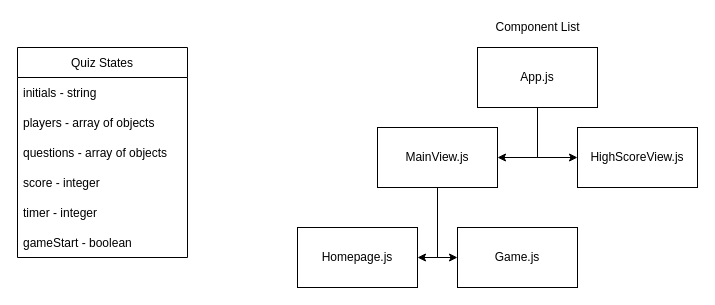
This is page "Page-1" (1 of 2) of React-Quiz-Diagram.drawio from Joeseff6/React-Quiz, a draw.io file, before an edit. Source tidied: cells renumbered, new cells numbered last; positions are measured from the earlier drawing's top-left corner, leaving out a move shared by most shapes. Both pictures are drawn from the tidied source at 100%, with x=0, y=0 at pixel (17, 17).
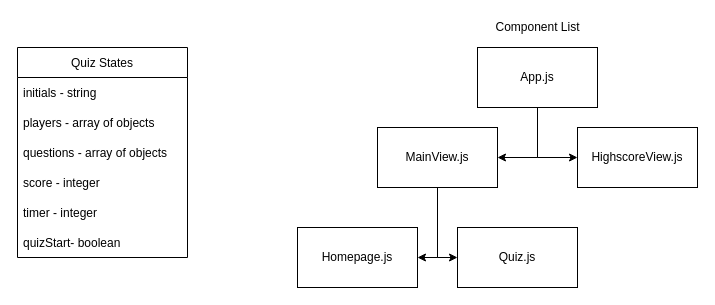
The same page after the edit.

What changed in the source:
```diff
@@
 <mxGraphModel>
   <root>
     <mxCell id="0" />
     <mxCell id="1" parent="0" />
     <mxCell id="2" value="Quiz States" style="swimlane;fontStyle=0;horizontal=1;startSize=30;" parent="1" vertex="1">
       <mxGeometry y="30" width="170" height="210" as="geometry" />
     </mxCell>
     <mxCell id="3" value="initials - string" style="text;strokeColor=none;fillColor=none;align=left;verticalAlign=middle;spacingLeft=4;spacingRight=4;overflow=hidden;" parent="2" vertex="1">
       <mxGeometry y="30" width="170" height="30" as="geometry" />
     </mxCell>
     <mxCell id="4" value="players - array of objects" style="text;strokeColor=none;fillColor=none;align=left;verticalAlign=middle;spacingLeft=4;spacingRight=4;overflow=hidden;" parent="2" vertex="1">
       <mxGeometry y="60" width="170" height="30" as="geometry" />
     </mxCell>
     <mxCell id="5" value="questions - array of objects" style="text;strokeColor=none;fillColor=none;align=left;verticalAlign=middle;spacingLeft=4;spacingRight=4;overflow=hidden;" parent="2" vertex="1">
       <mxGeometry y="90" width="170" height="30" as="geometry" />
     </mxCell>
     <mxCell id="6" value="score - integer" style="text;strokeColor=none;fillColor=none;align=left;verticalAlign=middle;spacingLeft=4;spacingRight=4;overflow=hidden;" parent="2" vertex="1">
       <mxGeometry y="120" width="170" height="30" as="geometry" />
     </mxCell>
     <mxCell id="7" value="timer - integer" style="text;strokeColor=none;fillColor=none;align=left;verticalAlign=middle;spacingLeft=4;spacingRight=4;overflow=hidden;" parent="2" vertex="1">
       <mxGeometry y="150" width="170" height="30" as="geometry" />
     </mxCell>
-    <mxCell id="8" value="gameStart - boolean" style="text;strokeColor=none;fillColor=none;align=left;verticalAlign=middle;spacingLeft=4;spacingRight=4;overflow=hidden;" parent="2" vertex="1">
+    <mxCell id="8" value="quizStart- boolean" style="text;strokeColor=none;fillColor=none;align=left;verticalAlign=middle;spacingLeft=4;spacingRight=4;overflow=hidden;" parent="2" vertex="1">
       <mxGeometry y="180" width="170" height="30" as="geometry" />
     </mxCell>
     <mxCell id="9" style="edgeStyle=orthogonalEdgeStyle;rounded=0;jettySize=auto;html=1;exitX=0.5;exitY=1;exitDx=0;exitDy=0;entryX=1;entryY=0.5;entryDx=0;entryDy=0;" parent="1" edge="1" source="11" target="14">
       <mxGeometry relative="1" as="geometry" />
     </mxCell>
     <mxCell id="10" style="edgeStyle=orthogonalEdgeStyle;rounded=0;jettySize=auto;html=1;exitX=0.5;exitY=1;exitDx=0;exitDy=0;entryX=0;entryY=0.5;entryDx=0;entryDy=0;" parent="1" edge="1" source="11" target="15">
       <mxGeometry relative="1" as="geometry" />
     </mxCell>
     <mxCell id="11" value="App.js" style="rounded=0;whiteSpace=wrap;html=1;" parent="1" vertex="1">
       <mxGeometry x="460" y="30" width="120" height="60" as="geometry" />
     </mxCell>
     <mxCell id="12" style="edgeStyle=orthogonalEdgeStyle;rounded=0;jettySize=auto;html=1;exitX=0.5;exitY=1;exitDx=0;exitDy=0;entryX=1;entryY=0.5;entryDx=0;entryDy=0;" parent="1" edge="1" source="14" target="16">
       <mxGeometry relative="1" as="geometry" />
     </mxCell>
     <mxCell id="13" style="edgeStyle=orthogonalEdgeStyle;rounded=0;jettySize=auto;html=1;exitX=0.5;exitY=1;exitDx=0;exitDy=0;entryX=0;entryY=0.5;entryDx=0;entryDy=0;" parent="1" edge="1" source="14" target="17">
       <mxGeometry relative="1" as="geometry" />
     </mxCell>
     <mxCell id="14" value="MainView.js" style="rounded=0;whiteSpace=wrap;html=1;" parent="1" vertex="1">
       <mxGeometry x="360" y="110" width="120" height="60" as="geometry" />
     </mxCell>
-    <mxCell id="15" value="HighScoreView.js" style="rounded=0;whiteSpace=wrap;html=1;" parent="1" vertex="1">
+    <mxCell id="15" value="HighscoreView.js" style="rounded=0;whiteSpace=wrap;html=1;" parent="1" vertex="1">
       <mxGeometry x="560" y="110" width="120" height="60" as="geometry" />
     </mxCell>
     <mxCell id="16" value="Homepage.js" style="rounded=0;whiteSpace=wrap;html=1;" parent="1" vertex="1">
       <mxGeometry x="280" y="210" width="120" height="60" as="geometry" />
     </mxCell>
-    <mxCell id="17" value="Game.js" style="rounded=0;whiteSpace=wrap;html=1;" parent="1" vertex="1">
+    <mxCell id="17" value="Quiz.js" style="rounded=0;whiteSpace=wrap;html=1;" parent="1" vertex="1">
       <mxGeometry x="440" y="210" width="120" height="60" as="geometry" />
     </mxCell>
     <mxCell id="18" value="Component List" style="text;html=1;align=center;verticalAlign=middle;strokeColor=none;fillColor=none;" parent="1" vertex="1">
       <mxGeometry x="470" width="100" height="20" as="geometry" />
     </mxCell>
   </root>
 </mxGraphModel>
```
